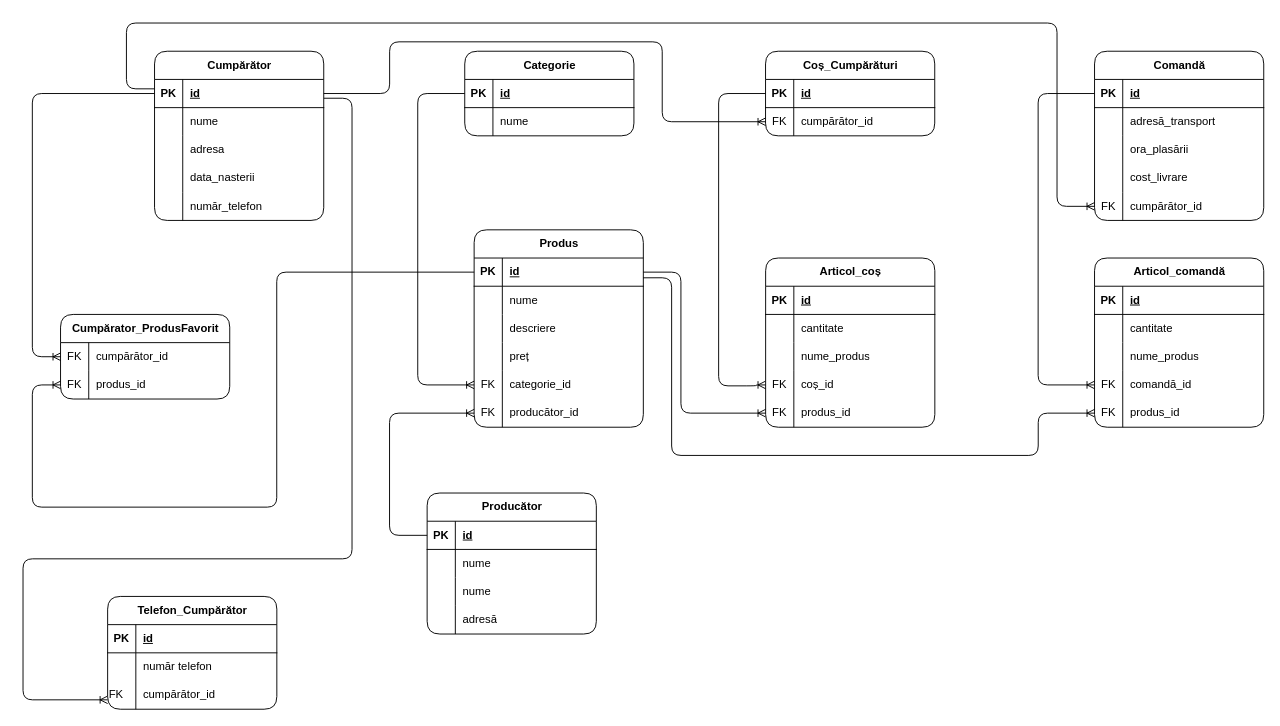
Earlier version of the draw.io diagram page "database logic model -n3" (9 of 9) of use_case_diagram.drawio (ErikaRusznak/piazza-ecommerce). Source tidied: cells renumbered, new cells numbered last; positions are measured from the earlier drawing's top-left corner, leaving out a move shared by most shapes. Both pictures are drawn from the tidied source at 94%, with x=0, y=0 at pixel (23, 23).
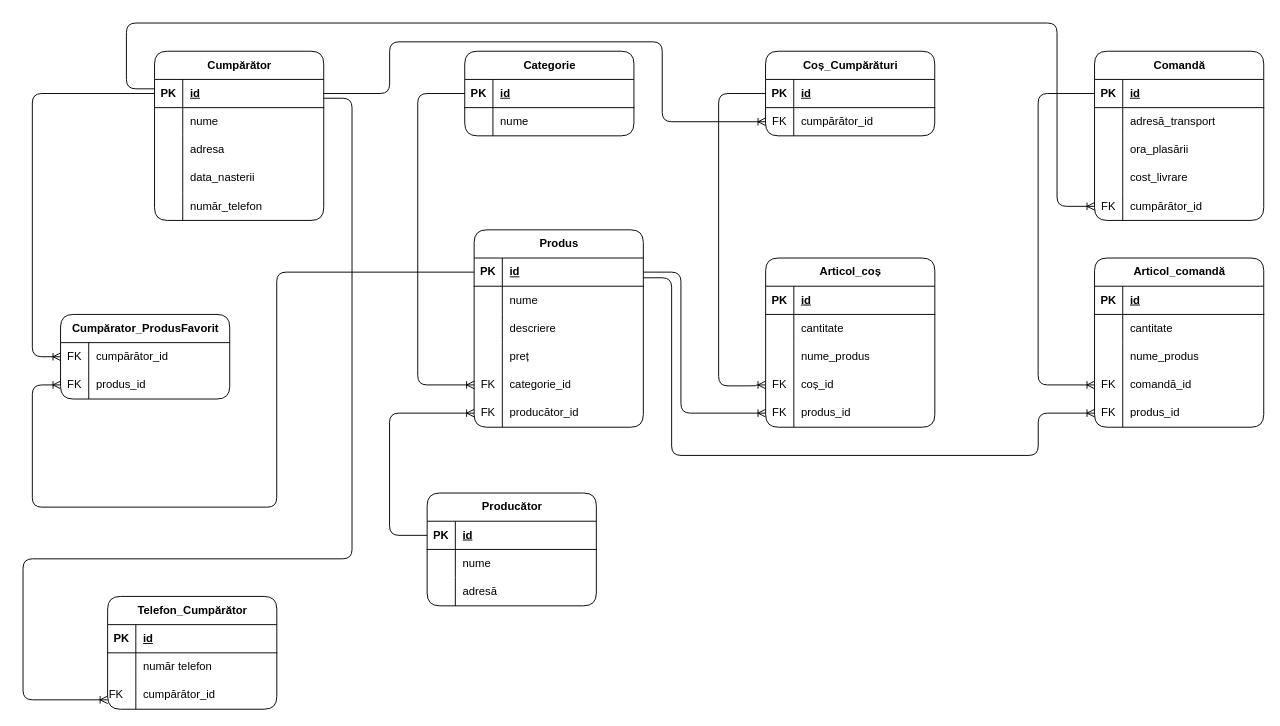
The same page after the edit.

Change to the diagram source:
```diff
@@
     <mxCell id="44" value="Producător" style="shape=table;startSize=30;childLayout=tableLayout;rowLines=0;fontStyle=1;align=center;html=1;rounded=1;" parent="1" vertex="1">
-      <mxGeometry x="429.9" y="500" width="180" height="150" as="geometry" />
+      <mxGeometry x="429.9" y="500" width="180" height="120" as="geometry" />
     </mxCell>
@@
-    <mxCell id="51" style="shape=tableRow;horizontal=0;startSize=0;swimlaneHead=0;swimlaneBody=0;fillColor=none;top=0;left=0;right=0;bottom=0;" parent="44" vertex="1">
-      <mxGeometry y="90" width="180" height="30" as="geometry" />
-    </mxCell>
-    <mxCell id="52" style="shape=partialRectangle;fillColor=none;top=0;left=0;bottom=0;right=0;overflow=hidden;whiteSpace=wrap;html=1;" parent="51" vertex="1">
-      <mxGeometry width="30" height="30" as="geometry" />
-    </mxCell>
-    <mxCell id="53" value="nume" style="shape=partialRectangle;fillColor=none;top=0;left=0;bottom=0;right=0;align=left;spacingLeft=6;overflow=hidden;whiteSpace=wrap;html=1;" parent="51" vertex="1">
-      <mxGeometry x="30" width="150" height="30" as="geometry" />
-    </mxCell>
     <mxCell id="54" style="shape=tableRow;horizontal=0;startSize=0;swimlaneHead=0;swimlaneBody=0;fillColor=none;top=0;left=0;right=0;bottom=0;" parent="44" vertex="1">
-      <mxGeometry y="120" width="180" height="30" as="geometry" />
+      <mxGeometry y="90" width="180" height="30" as="geometry" />
     </mxCell>
```
